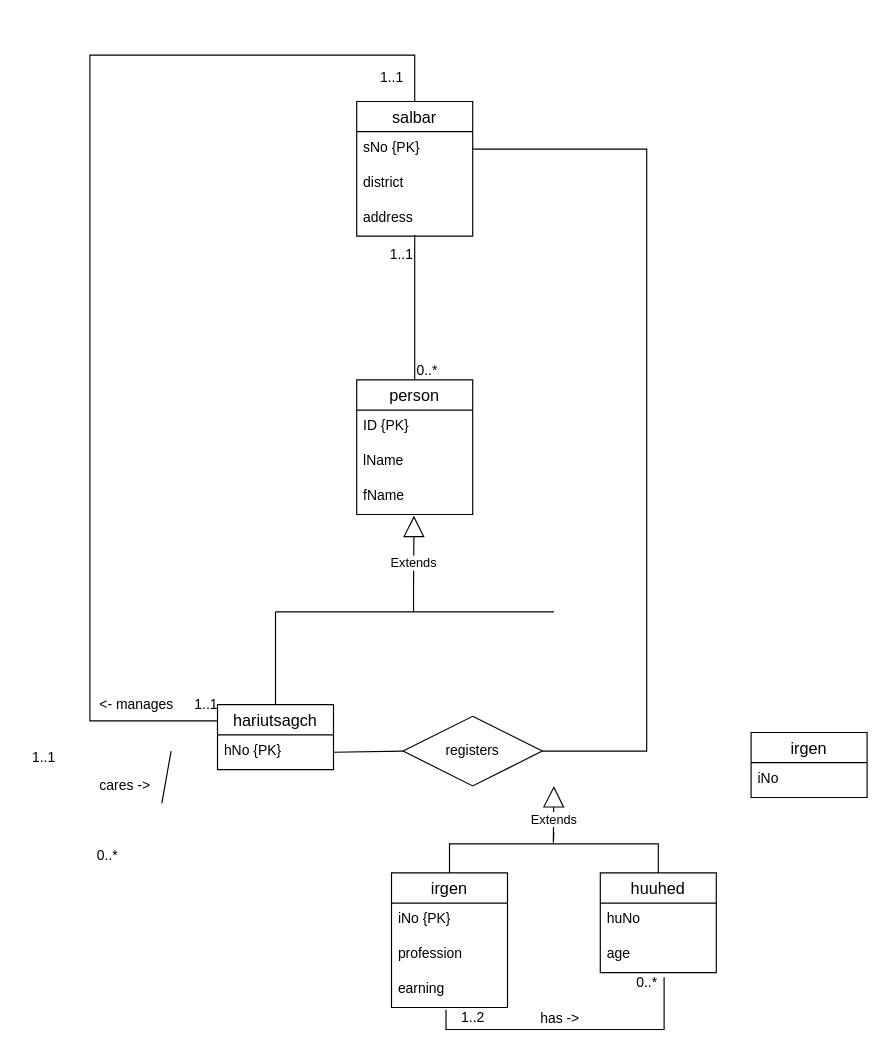
Above: page "Page-2" (2 of 2) of Untitled Diagram.drawio in Tseku210/database_ERD (draw.io), before the change. Source tidied: cells renumbered, new cells numbered last; positions are measured from the earlier drawing's top-left corner, leaving out a move shared by most shapes. Both pictures are drawn from the tidied source at 116%, with x=0, y=0 at pixel (20, 55).
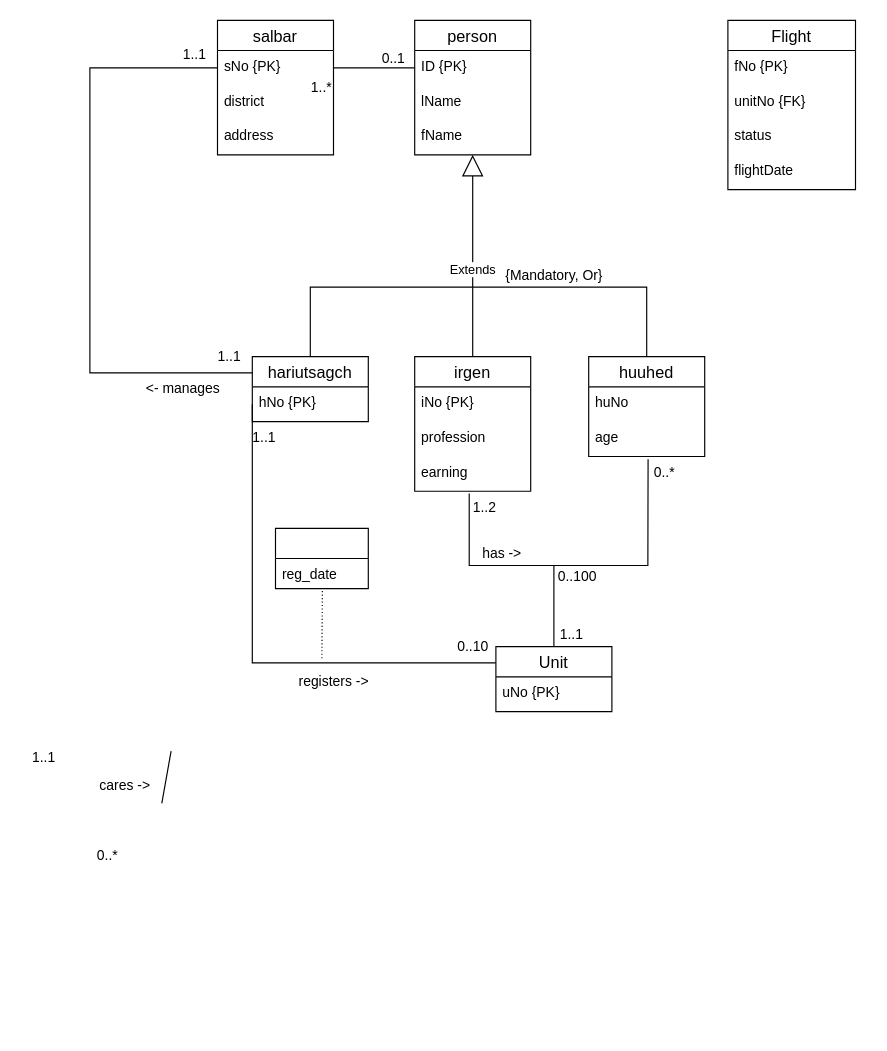
The same diagram, later.

Unchanged cells that the change refers to:
```xml
<mxCell id="3" value="sNo {PK}" style="text;strokeColor=none;fillColor=none;spacingLeft=4;spacingRight=4;overflow=hidden;points=[[0,0.5],[1,0.5]];portConstraint=eastwest;fontSize=12;" parent="2" vertex="1">
  <mxGeometry y="26" width="100" height="30" as="geometry" />
</mxCell>
<mxCell id="5" value="address" style="text;strokeColor=none;fillColor=none;spacingLeft=4;spacingRight=4;overflow=hidden;points=[[0,0.5],[1,0.5]];portConstraint=eastwest;fontSize=12;" parent="2" vertex="1">
  <mxGeometry y="86" width="100" height="30" as="geometry" />
</mxCell>
<mxCell id="7" value="ID {PK}" style="text;strokeColor=none;fillColor=none;spacingLeft=4;spacingRight=4;overflow=hidden;points=[[0,0.5],[1,0.5]];portConstraint=eastwest;fontSize=12;" parent="6" vertex="1">
  <mxGeometry y="26" width="100" height="30" as="geometry" />
</mxCell>
<mxCell id="9" value="fName" style="text;strokeColor=none;fillColor=none;spacingLeft=4;spacingRight=4;overflow=hidden;points=[[0,0.5],[1,0.5]];portConstraint=eastwest;fontSize=12;" parent="6" vertex="1">
  <mxGeometry y="86" width="100" height="30" as="geometry" />
</mxCell>
<mxCell id="17" value="hNo {PK}" style="text;strokeColor=none;fillColor=none;spacingLeft=4;spacingRight=4;overflow=hidden;points=[[0,0.5],[1,0.5]];portConstraint=eastwest;fontSize=12;" parent="16" vertex="1">
  <mxGeometry y="26" width="100" height="30" as="geometry" />
</mxCell>
<mxCell id="21" value="earning" style="text;strokeColor=none;fillColor=none;spacingLeft=4;spacingRight=4;overflow=hidden;points=[[0,0.5],[1,0.5]];portConstraint=eastwest;fontSize=12;" parent="18" vertex="1">
  <mxGeometry y="86" width="100" height="30" as="geometry" />
</mxCell>
<mxCell id="24" value="age" style="text;strokeColor=none;fillColor=none;spacingLeft=4;spacingRight=4;overflow=hidden;points=[[0,0.5],[1,0.5]];portConstraint=eastwest;fontSize=12;" parent="22" vertex="1">
  <mxGeometry y="56" width="100" height="30" as="geometry" />
</mxCell>
```

What changed in the source:
```diff
@@
     <mxCell id="2" value="salbar" style="swimlane;fontStyle=0;horizontal=1;startSize=26;align=center;fontSize=14;" parent="1" vertex="1">
-      <mxGeometry x="290" y="40" width="100" height="116" as="geometry" />
+      <mxGeometry x="170" y="-30" width="100" height="116" as="geometry" />
     </mxCell>
@@
     <mxCell id="6" value="person" style="swimlane;fontStyle=0;horizontal=1;startSize=26;align=center;fontSize=14;" parent="1" vertex="1">
-      <mxGeometry x="290" y="280" width="100" height="116" as="geometry" />
+      <mxGeometry x="340" y="-30" width="100" height="116" as="geometry" />
     </mxCell>
@@
-    <mxCell id="10" style="endArrow=none;html=1;rounded=0;exitX=0.5;exitY=0;exitDx=0;exitDy=0;entryX=0.5;entryY=0.967;entryDx=0;entryDy=0;entryPerimeter=0;" parent="1" edge="1" source="6" target="5">
+    <mxCell id="10" style="endArrow=none;html=1;rounded=0;entryX=1;entryY=0.5;entryDx=0;entryDy=0;exitX=0;exitY=0.5;exitDx=0;exitDy=0;" parent="1" edge="1" source="7" target="3">
       <mxGeometry relative="1" as="geometry" />
     </mxCell>
-    <mxCell id="11" value="0..*" style="html=1;align=left;verticalAlign=bottom;" parent="10" vertex="1">
-      <mxGeometry x="-1" relative="1" as="geometry" />
+    <mxCell id="11" value="0..1" style="html=1;align=left;verticalAlign=bottom;" parent="10" vertex="1">
+      <mxGeometry x="-1" relative="1" as="geometry">
+        <mxPoint x="-30" as="offset" />
+      </mxGeometry>
     </mxCell>
-    <mxCell id="12" value="1..1" style="html=1;align=right;verticalAlign=bottom;" parent="10" vertex="1">
+    <mxCell id="12" value="1..*" style="html=1;align=right;verticalAlign=bottom;" parent="10" vertex="1">
       <mxGeometry x="1" relative="1" as="geometry">
         <mxPoint x="-1" y="25" as="offset" />
       </mxGeometry>
     </mxCell>
-    <mxCell id="13" value="Extends" style="endArrow=block;endSize=16;endFill=0;html=1;rounded=0;entryX=0.494;entryY=1.033;entryDx=0;entryDy=0;entryPerimeter=0;" parent="1" edge="1" target="9">
-      <mxGeometry relative="1" as="geometry">
-        <mxPoint x="339" y="480" as="sourcePoint" />
-        <Array as="points">
-          <mxPoint x="339" y="460" />
-        </Array>
-      </mxGeometry>
-    </mxCell>
-    <mxCell id="14" style="endArrow=none;html=1;rounded=0;" parent="1" edge="1">
+    <mxCell id="14" style="endArrow=none;html=1;rounded=0;exitX=0.5;exitY=0;exitDx=0;exitDy=0;" parent="1" edge="1" source="16">
       <mxGeometry relative="1" as="geometry">
-        <mxPoint x="220" y="480" as="sourcePoint" />
-        <mxPoint x="460" y="480" as="targetPoint" />
+        <mxPoint x="390" y="200" as="targetPoint" />
+        <Array as="points">
+          <mxPoint x="250" y="200" />
+        </Array>
       </mxGeometry>
     </mxCell>
-    <mxCell id="15" style="endArrow=none;html=1;rounded=0;" parent="1" edge="1">
-      <mxGeometry relative="1" as="geometry">
-        <mxPoint x="220" y="480" as="sourcePoint" />
-        <mxPoint x="220" y="560" as="targetPoint" />
-      </mxGeometry>
-    </mxCell>
     <mxCell id="16" value="hariutsagch" style="swimlane;fontStyle=0;horizontal=1;startSize=26;align=center;fontSize=14;" parent="1" vertex="1">
-      <mxGeometry x="170" y="560" width="100" height="56" as="geometry" />
+      <mxGeometry x="200" y="260" width="100" height="56" as="geometry" />
     </mxCell>
@@
     <mxCell id="18" value="irgen" style="swimlane;fontStyle=0;horizontal=1;startSize=26;align=center;fontSize=14;" parent="1" vertex="1">
-      <mxGeometry x="320" y="705" width="100" height="116" as="geometry" />
+      <mxGeometry x="340" y="260" width="100" height="116" as="geometry" />
     </mxCell>
@@
     <mxCell id="22" value="huuhed" style="swimlane;fontStyle=0;horizontal=1;startSize=26;align=center;fontSize=14;" parent="1" vertex="1">
-      <mxGeometry x="500" y="705" width="100" height="86" as="geometry" />
+      <mxGeometry x="490" y="260" width="100" height="86" as="geometry" />
     </mxCell>
@@
     <mxCell id="25" style="endArrow=none;html=1;rounded=0;exitX=0.5;exitY=0;exitDx=0;exitDy=0;entryX=0.5;entryY=0;entryDx=0;entryDy=0;" parent="1" edge="1" source="18" target="22">
       <mxGeometry relative="1" as="geometry">
         <Array as="points">
-          <mxPoint x="370" y="680" />
-          <mxPoint x="420" y="680" />
-          <mxPoint x="550" y="680" />
+          <mxPoint x="390" y="200" />
+          <mxPoint x="480" y="200" />
+          <mxPoint x="540" y="200" />
         </Array>
       </mxGeometry>
     </mxCell>
     <mxCell id="26" value="has -&amp;gt;" style="text;html=1;align=center;verticalAlign=middle;strokeColor=none;fillColor=none;" parent="1" vertex="1">
-      <mxGeometry x="440" y="821" width="50" height="20" as="geometry" />
+      <mxGeometry x="390" y="420" width="50" height="20" as="geometry" />
     </mxCell>
-    <mxCell id="27" value="irgen" style="swimlane;fontStyle=0;horizontal=1;startSize=26;align=center;fontSize=14;" parent="1" vertex="1">
-      <mxGeometry x="630" y="584" width="100" height="56" as="geometry" />
-    </mxCell>
-    <mxCell id="28" value="iNo" style="text;strokeColor=none;fillColor=none;spacingLeft=4;spacingRight=4;overflow=hidden;fontSize=12;" parent="27" vertex="1">
-      <mxGeometry y="26" width="100" height="30" as="geometry" />
-    </mxCell>
     <mxCell id="29" value="Extends" style="endArrow=block;endSize=16;endFill=0;html=1;rounded=0;" parent="1" edge="1">
       <mxGeometry relative="1" as="geometry">
-        <mxPoint x="460" y="670" as="sourcePoint" />
-        <mxPoint x="460" y="630" as="targetPoint" />
+        <mxPoint x="390" y="116" as="sourcePoint" />
+        <mxPoint x="390" y="86" as="targetPoint" />
         <Array as="points">
-          <mxPoint x="459.5" y="679" />
+          <mxPoint x="390" y="200" />
         </Array>
       </mxGeometry>
     </mxCell>
-    <mxCell id="30" style="endArrow=none;html=1;rounded=0;exitX=0.47;exitY=1.067;exitDx=0;exitDy=0;exitPerimeter=0;entryX=0.55;entryY=1.133;entryDx=0;entryDy=0;entryPerimeter=0;" parent="1" edge="1" source="21" target="24">
+    <mxCell id="30" style="endArrow=none;html=1;rounded=0;exitX=0.47;exitY=1.067;exitDx=0;exitDy=0;exitPerimeter=0;entryX=0.512;entryY=1.08;entryDx=0;entryDy=0;entryPerimeter=0;" parent="1" edge="1" source="21" target="24">
       <mxGeometry relative="1" as="geometry">
         <Array as="points">
-          <mxPoint x="367" y="840" />
-          <mxPoint x="555" y="840" />
+          <mxPoint x="387" y="440" />
+          <mxPoint x="541" y="440" />
         </Array>
       </mxGeometry>
     </mxCell>
@@
     <mxCell id="35" value="0..*" style="text;html=1;align=center;verticalAlign=middle;strokeColor=none;fillColor=none;" parent="1" vertex="1">
-      <mxGeometry x="525" y="790" width="30" height="20" as="geometry" />
+      <mxGeometry x="540" y="350" width="30" height="20" as="geometry" />
     </mxCell>
     <mxCell id="36" value="1..2" style="text;html=1;align=center;verticalAlign=middle;strokeColor=none;fillColor=none;" parent="1" vertex="1">
-      <mxGeometry x="370" y="820" width="40" height="20" as="geometry" />
+      <mxGeometry x="380" y="380" width="40" height="20" as="geometry" />
     </mxCell>
-    <mxCell id="37" style="endArrow=none;html=1;rounded=0;entryX=0;entryY=0.25;entryDx=0;entryDy=0;exitX=0.5;exitY=0;exitDx=0;exitDy=0;" parent="1" edge="1" source="2" target="16">
+    <mxCell id="37" style="endArrow=none;html=1;rounded=0;exitX=0;exitY=0.5;exitDx=0;exitDy=0;entryX=0;entryY=0.25;entryDx=0;entryDy=0;" parent="1" edge="1" source="3" target="16">
       <mxGeometry relative="1" as="geometry">
         <Array as="points">
-          <mxPoint x="340" />
-          <mxPoint x="60" />
-          <mxPoint x="60" y="574" />
+          <mxPoint x="60" y="11" />
+          <mxPoint x="60" y="274" />
         </Array>
       </mxGeometry>
     </mxCell>
     <mxCell id="38" value="&amp;lt;- manages" style="text;html=1;align=center;verticalAlign=middle;strokeColor=none;fillColor=none;" parent="1" vertex="1">
-      <mxGeometry x="60" y="550" width="80" height="20" as="geometry" />
+      <mxGeometry x="100" y="278" width="80" height="20" as="geometry" />
     </mxCell>
     <mxCell id="39" value="1..1" style="text;html=1;align=center;verticalAlign=middle;strokeColor=none;fillColor=none;" parent="1" vertex="1">
-      <mxGeometry x="140" y="550" width="40" height="20" as="geometry" />
+      <mxGeometry x="160" y="250" width="40" height="20" as="geometry" />
     </mxCell>
-    <mxCell id="40" value="1..1" style="text;html=1;align=center;verticalAlign=middle;strokeColor=none;fillColor=none;" parent="1" vertex="1">
-      <mxGeometry x="300" y="10" width="40" height="20" as="geometry" />
-    </mxCell>
-    <mxCell id="41" style="endArrow=none;html=1;rounded=0;exitX=1;exitY=0.5;exitDx=0;exitDy=0;entryX=1;entryY=0.5;entryDx=0;entryDy=0;" parent="1" edge="1" source="3" target="42">
-      <mxGeometry relative="1" as="geometry">
-        <Array as="points">
-          <mxPoint x="540" y="81" />
-          <mxPoint x="540" y="600" />
-        </Array>
-      </mxGeometry>
-    </mxCell>
-    <mxCell id="42" value="registers" style="shape=rhombus;perimeter=rhombusPerimeter;whiteSpace=wrap;html=1;align=center;" parent="1" vertex="1">
-      <mxGeometry x="330" y="570" width="120" height="60" as="geometry" />
-    </mxCell>
-    <mxCell id="43" style="endArrow=none;html=1;rounded=0;exitX=1;exitY=0.5;exitDx=0;exitDy=0;entryX=0;entryY=0.5;entryDx=0;entryDy=0;" parent="1" edge="1" source="17" target="42">
-      <mxGeometry relative="1" as="geometry" />
+    <mxCell id="43" style="endArrow=none;html=1;rounded=0;entryX=0;entryY=0.25;entryDx=0;entryDy=0;exitX=0;exitY=0.5;exitDx=0;exitDy=0;" parent="1" edge="1" source="17" target="45">
+      <mxGeometry relative="1" as="geometry">
+        <Array as="points">
+          <mxPoint x="200" y="524" />
+        </Array>
+      </mxGeometry>
     </mxCell>
+    <mxCell id="44" value="1..1" style="text;html=1;align=center;verticalAlign=middle;strokeColor=none;fillColor=none;" parent="1" vertex="1">
+      <mxGeometry x="130" y="-10" width="40" height="20" as="geometry" />
+    </mxCell>
+    <mxCell id="45" value="Unit" style="swimlane;fontStyle=0;horizontal=1;startSize=26;align=center;fontSize=14;" parent="1" vertex="1">
+      <mxGeometry x="410" y="510" width="100" height="56" as="geometry" />
+    </mxCell>
+    <mxCell id="46" value="uNo {PK}" style="text;strokeColor=none;fillColor=none;spacingLeft=4;spacingRight=4;overflow=hidden;fontSize=12;" parent="45" vertex="1">
+      <mxGeometry y="26" width="100" height="30" as="geometry" />
+    </mxCell>
+    <mxCell id="47" style="endArrow=none;html=1;rounded=0;entryX=0.5;entryY=0;entryDx=0;entryDy=0;" parent="1" edge="1" target="45">
+      <mxGeometry relative="1" as="geometry">
+        <mxPoint x="460" y="440" as="sourcePoint" />
+      </mxGeometry>
+    </mxCell>
+    <mxCell id="48" value="0..100" style="text;html=1;align=center;verticalAlign=middle;strokeColor=none;fillColor=none;" parent="1" vertex="1">
+      <mxGeometry x="455" y="440" width="50" height="20" as="geometry" />
+    </mxCell>
+    <mxCell id="49" value="1..1" style="text;html=1;align=center;verticalAlign=middle;strokeColor=none;fillColor=none;" parent="1" vertex="1">
+      <mxGeometry x="455" y="490" width="40" height="20" as="geometry" />
+    </mxCell>
+    <mxCell id="50" style="endArrow=none;html=1;rounded=0;dashed=1;dashPattern=1 2;entryX=0.505;entryY=1.015;entryDx=0;entryDy=0;entryPerimeter=0;" parent="1" edge="1" target="52">
+      <mxGeometry relative="1" as="geometry">
+        <mxPoint x="260" y="520" as="sourcePoint" />
+      </mxGeometry>
+    </mxCell>
+    <mxCell id="51" style="swimlane;fontStyle=0;horizontal=1;startSize=26;align=center;fontSize=14;" parent="1" vertex="1">
+      <mxGeometry x="220" y="408" width="80" height="52" as="geometry" />
+    </mxCell>
+    <mxCell id="52" value="reg_date" style="text;strokeColor=none;fillColor=none;spacingLeft=4;spacingRight=4;overflow=hidden;points=[[0,0.5],[1,0.5]];portConstraint=eastwest;fontSize=12;" parent="51" vertex="1">
+      <mxGeometry y="26" width="80" height="26" as="geometry" />
+    </mxCell>
+    <mxCell id="53" value="registers -&amp;gt;" style="text;html=1;align=center;verticalAlign=middle;strokeColor=none;fillColor=none;" parent="1" vertex="1">
+      <mxGeometry x="230" y="530" width="80" height="20" as="geometry" />
+    </mxCell>
+    <mxCell id="54" value="0..10" style="text;html=1;align=center;verticalAlign=middle;strokeColor=none;fillColor=none;" parent="1" vertex="1">
+      <mxGeometry x="370" y="500" width="40" height="20" as="geometry" />
+    </mxCell>
+    <mxCell id="55" value="1..1" style="text;html=1;align=center;verticalAlign=middle;strokeColor=none;fillColor=none;" parent="1" vertex="1">
+      <mxGeometry x="190" y="320" width="40" height="20" as="geometry" />
+    </mxCell>
+    <mxCell id="56" value="Flight" style="swimlane;fontStyle=0;horizontal=1;startSize=26;align=center;fontSize=14;" parent="1" vertex="1">
+      <mxGeometry x="610" y="-30" width="110" height="146" as="geometry" />
+    </mxCell>
+    <mxCell id="57" value="fNo {PK}" style="text;strokeColor=none;fillColor=none;spacingLeft=4;spacingRight=4;overflow=hidden;fontSize=12;" parent="56" vertex="1">
+      <mxGeometry y="26" width="110" height="30" as="geometry" />
+    </mxCell>
+    <mxCell id="58" value="unitNo {FK}" style="text;strokeColor=none;fillColor=none;spacingLeft=4;spacingRight=4;overflow=hidden;fontSize=12;" parent="56" vertex="1">
+      <mxGeometry y="56" width="110" height="30" as="geometry" />
+    </mxCell>
+    <mxCell id="59" value="status" style="text;strokeColor=none;fillColor=none;spacingLeft=4;spacingRight=4;overflow=hidden;fontSize=12;" parent="56" vertex="1">
+      <mxGeometry y="86" width="110" height="30" as="geometry" />
+    </mxCell>
+    <mxCell id="60" value="flightDate" style="text;strokeColor=none;fillColor=none;spacingLeft=4;spacingRight=4;overflow=hidden;fontSize=12;" parent="56" vertex="1">
+      <mxGeometry y="116" width="110" height="30" as="geometry" />
+    </mxCell>
+    <mxCell id="61" value="{Mandatory, Or}" style="text;html=1;align=center;verticalAlign=middle;strokeColor=none;fillColor=none;" parent="1" vertex="1">
+      <mxGeometry x="410" y="180" width="100" height="20" as="geometry" />
+    </mxCell>
```
